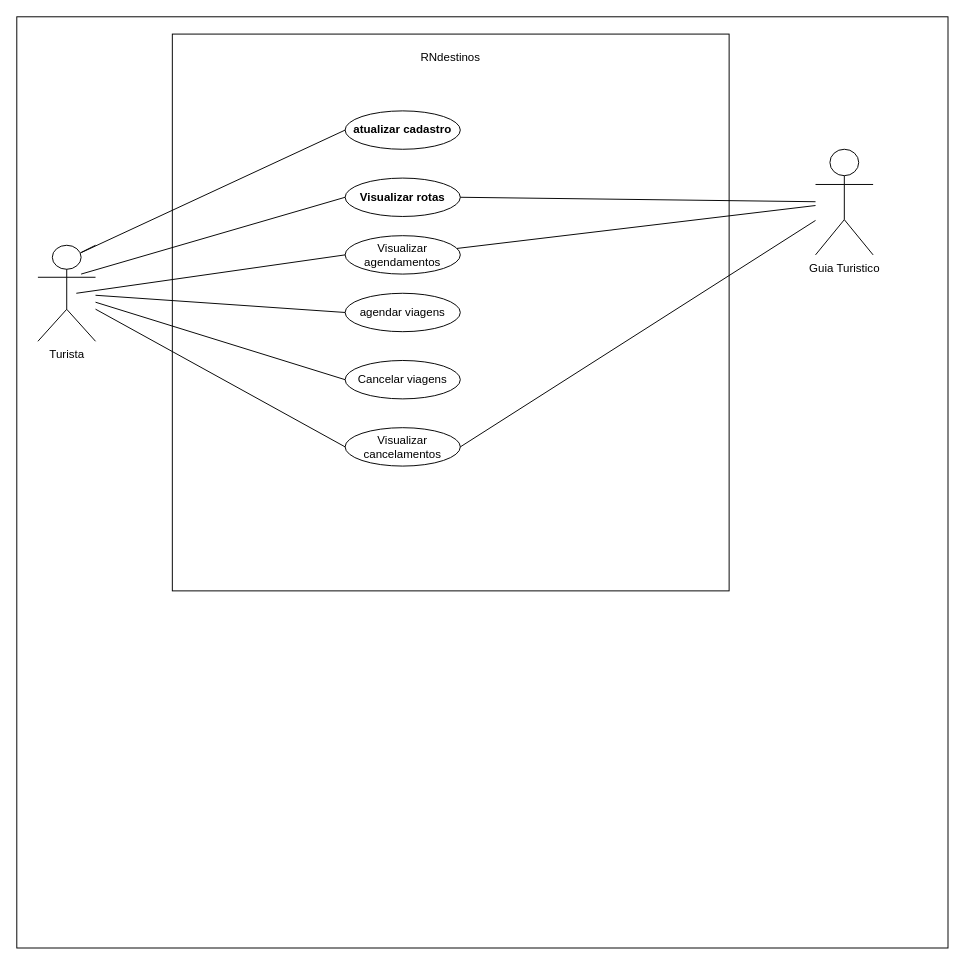
Above: documentos/diagramas_casos_de_uso.drawio in manuoliveiraa2/RNdestinos (draw.io), before the change. Source tidied: cells renumbered, new cells numbered last; positions are measured from the earlier drawing's top-left corner, leaving out a move shared by most shapes. Both pictures are drawn from the tidied source at 96%, with x=0, y=0 at pixel (16, 16).
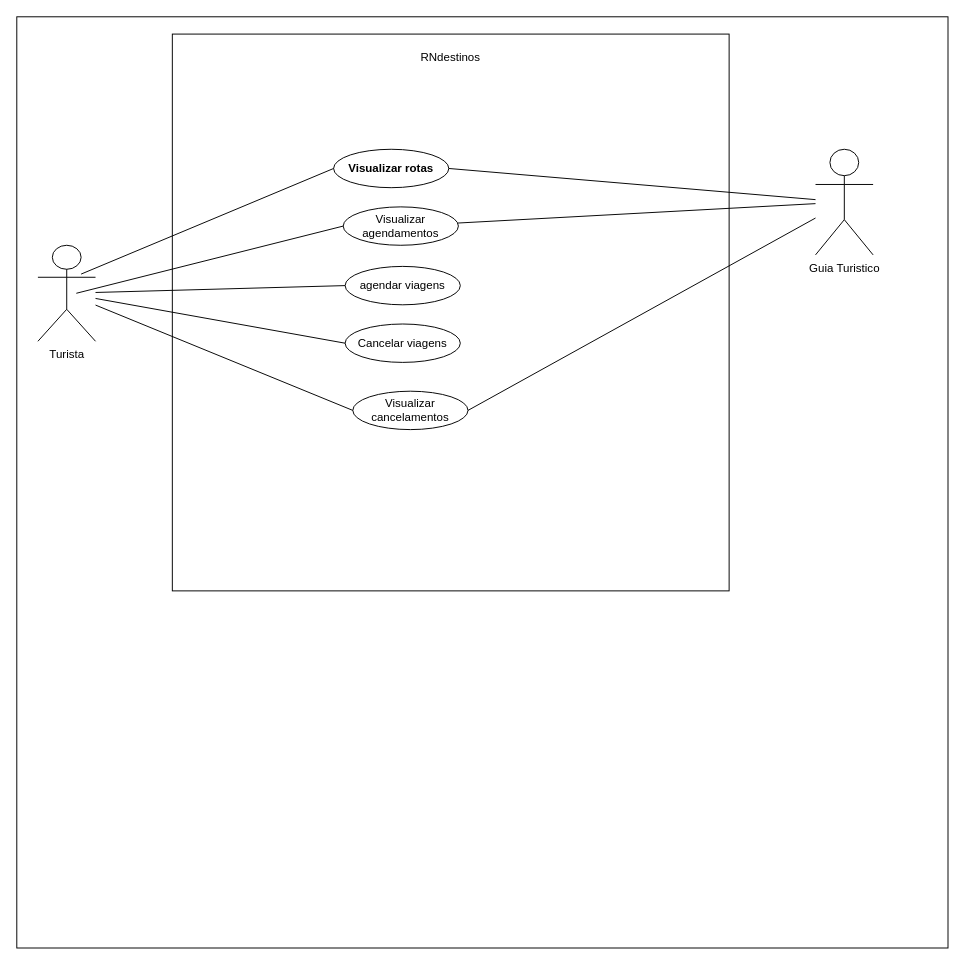
The same page after the edit.

Commit message (it also covers changes not shown here):
deletando imagem

Diff of the diagram source:
```diff
@@
     <mxCell id="6" value="agendar viagens" style="ellipse;whiteSpace=wrap;html=1;" parent="1" vertex="1">
-      <mxGeometry x="342" y="288" width="120" height="40" as="geometry" />
+      <mxGeometry x="342" y="260" width="120" height="40" as="geometry" />
     </mxCell>
     <mxCell id="7" value="Visualizar rotas" style="ellipse;whiteSpace=wrap;html=1;fontStyle=1;" parent="1" vertex="1">
-      <mxGeometry x="342" y="168" width="120" height="40" as="geometry" />
+      <mxGeometry x="330" y="138" width="120" height="40" as="geometry" />
     </mxCell>
-    <mxCell id="8" value="&lt;b&gt;atualizar cadastro&lt;/b&gt;" style="ellipse;whiteSpace=wrap;html=1;" parent="1" vertex="1">
-      <mxGeometry x="342" y="98" width="120" height="40" as="geometry" />
-    </mxCell>
-    <mxCell id="9" style="endArrow=none;html=1;entryX=0;entryY=0.5;entryDx=0;entryDy=0;" parent="1" edge="1" target="8">
-      <mxGeometry relative="1" as="geometry">
-        <mxPoint x="82" y="238" as="sourcePoint" />
-        <Array as="points">
-          <mxPoint x="62" y="248" />
-        </Array>
-      </mxGeometry>
-    </mxCell>
     <mxCell id="10" value="Cancelar viagens" style="ellipse;whiteSpace=wrap;html=1;" parent="1" vertex="1">
-      <mxGeometry x="342" y="358" width="120" height="40" as="geometry" />
+      <mxGeometry x="342" y="320" width="120" height="40" as="geometry" />
     </mxCell>
@@
     <mxCell id="13" value="Visualizar agendamentos" style="ellipse;whiteSpace=wrap;html=1;" parent="1" vertex="1">
-      <mxGeometry x="342" y="228" width="120" height="40" as="geometry" />
+      <mxGeometry x="340" y="198" width="120" height="40" as="geometry" />
     </mxCell>
     <mxCell id="14" value="Visualizar cancelamentos" style="ellipse;whiteSpace=wrap;html=1;" parent="1" vertex="1">
-      <mxGeometry x="342" y="428" width="120" height="40" as="geometry" />
+      <mxGeometry x="350" y="390" width="120" height="40" as="geometry" />
     </mxCell>
```
